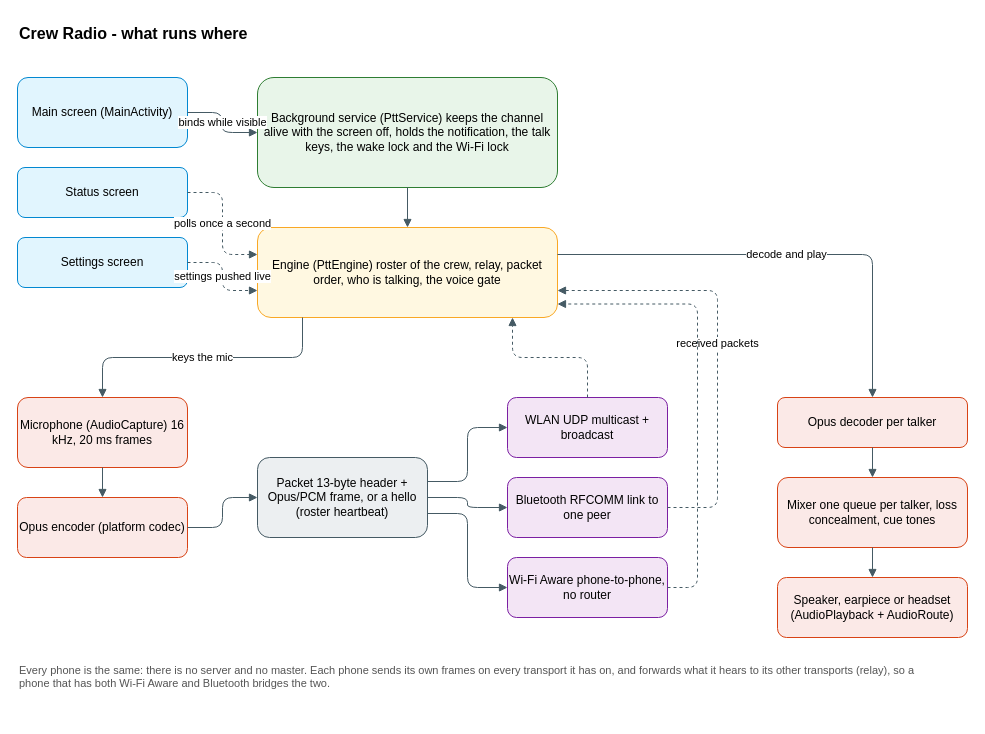
This is docs/diagrams/architecture.drawio from KEGustafsson/android-push-to-talk, a draw.io file, before an edit. Source tidied: cells renumbered, new cells numbered last; positions are measured from the earlier drawing's top-left corner, leaving out a move shared by most shapes. Both pictures are drawn from the tidied source at 100%, with x=0, y=0 at pixel (17, 17).
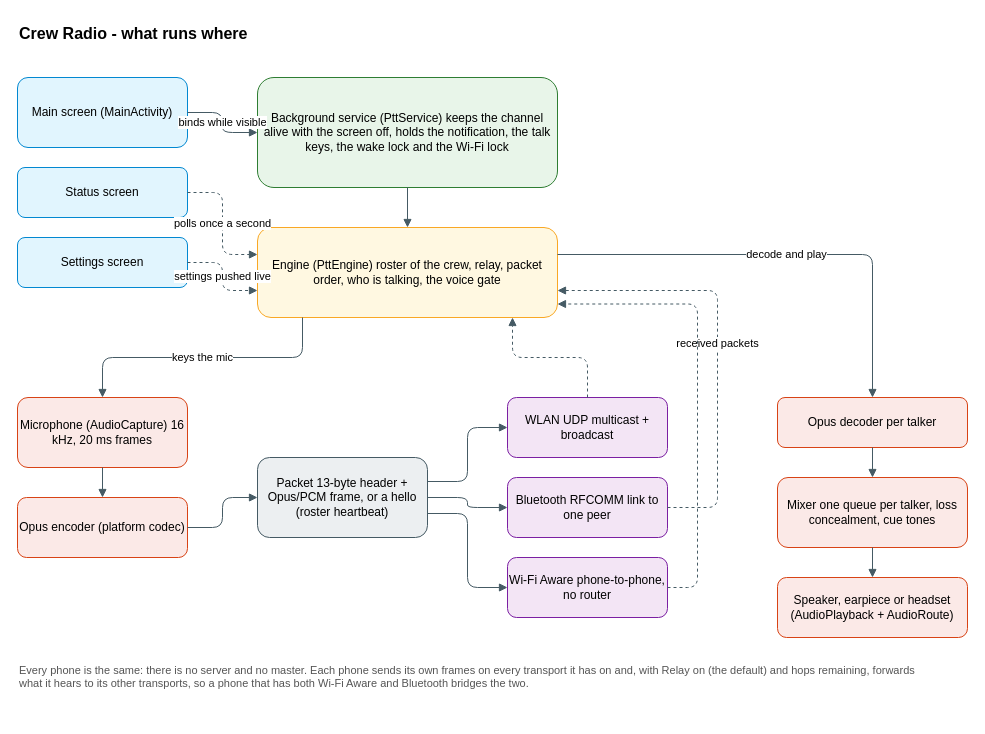
The same page after the edit.

Commit message (it also covers changes not shown here):
Address review: per-kind dedup key, relay is a setting, qualified notes, settings mock-up fits

The edit, as a diff of the source:
```diff
@@
-    <mxCell id="17" value="Every phone is the same: there is no server and no master. Each phone sends its own frames on every transport it has on, and forwards what it hears to its other transports (relay), so a phone that has both Wi-Fi Aware and Bluetooth bridges the two." style="text;html=1;align=left;verticalAlign=top;whiteSpace=wrap;fontFamily=Helvetica;fontSize=11;fontColor=#555555;" parent="1" vertex="1">
+    <mxCell id="17" value="Every phone is the same: there is no server and no master. Each phone sends its own frames on every transport it has on and, with Relay on (the default) and hops remaining, forwards what it hears to its other transports, so a phone that has both Wi-Fi Aware and Bluetooth bridges the two." style="text;html=1;align=left;verticalAlign=top;whiteSpace=wrap;fontFamily=Helvetica;fontSize=11;fontColor=#555555;" parent="1" vertex="1">
       <mxGeometry y="640" width="900" height="60" as="geometry" />
     </mxCell>
```
